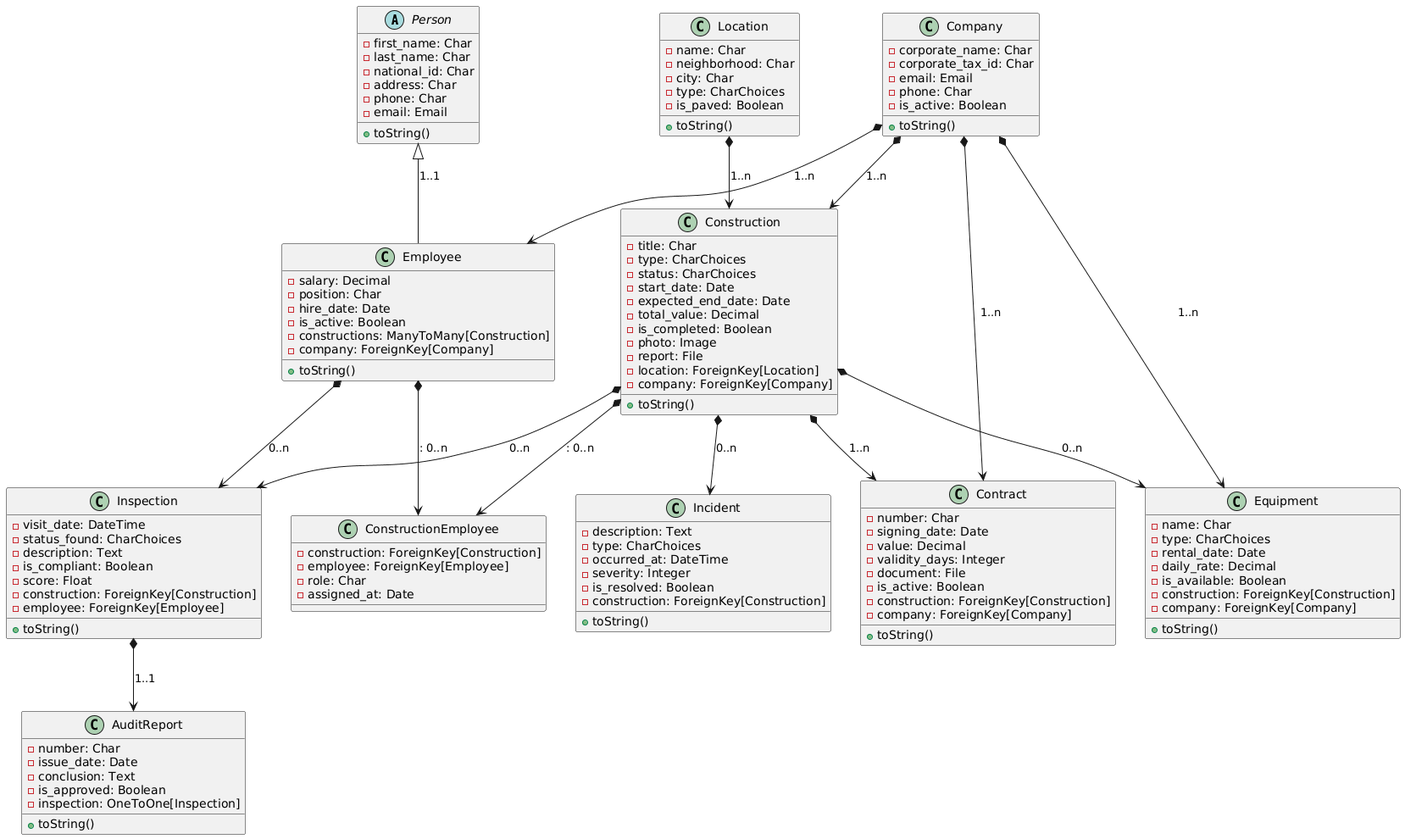
This is diagrama-de-classes.png from anleaes/2026-1-UDWJM-Terca-Noite-FAPA-03, a PlantUML export, as it was before one commit. Source of this version:
```plantuml
@startuml
abstract class Person {
 -first_name: Char
 -last_name: Char
 -national_id: Char
 -address: Char
 -phone: Char
 -email: Email
 +toString()
}

class Employee {
 -salary: Decimal
 -position: Char
 -hire_date: Date
 -is_active: Boolean
 -constructions: ManyToMany[Construction]
 -company: ForeignKey[Company]
 +toString()
}

class Company {
 -corporate_name: Char
 -corporate_tax_id: Char
 -email: Email
 -phone: Char
 -is_active: Boolean
 +toString()
}

class Location {
 -name: Char
 -neighborhood: Char
 -city: Char
 -type: CharChoices
 -is_paved: Boolean
 +toString()
}

class Construction {
 -title: Char
 -type: CharChoices
 -status: CharChoices
 -start_date: Date
 -expected_end_date: Date
 -total_value: Decimal
 -is_completed: Boolean
 -photo: Image
 -report: File
 -location: ForeignKey[Location]
 -company: ForeignKey[Company]
 +toString()
}

class ConstructionEmployee {
 -construction: ForeignKey[Construction]
 -employee: ForeignKey[Employee]
 -role: Char
 -assigned_at: Date
}

class Contract {
 -number: Char
 -signing_date: Date
 -value: Decimal
 -validity_days: Integer
 -document: File
 -is_active: Boolean
 -construction: ForeignKey[Construction]
 -company: ForeignKey[Company]
 +toString()
}

class Inspection {
 -visit_date: DateTime
 -status_found: CharChoices
 -description: Text
 -is_compliant: Boolean
 -score: Float
 -construction: ForeignKey[Construction]
 -employee: ForeignKey[Employee]
 +toString()
}

class AuditReport {
 -number: Char
 -issue_date: Date
 -conclusion: Text
 -is_approved: Boolean
 -inspection: OneToOne[Inspection]
 +toString()
}

class Incident {
 -description: Text
 -type: CharChoices
 -occurred_at: DateTime
 -severity: Integer
 -is_resolved: Boolean
 -construction: ForeignKey[Construction]
 +toString()
}

class Equipment {
 -name: Char
 -type: CharChoices
 -rental_date: Date
 -daily_rate: Decimal
 -is_available: Boolean
 -construction: ForeignKey[Construction]
 -company: ForeignKey[Company]
 +toString()
}


Location *--> Construction : 1..n
Company *--> Construction : 1..n
Company *--> Contract : 1..n
Company *--> Employee : 1..n
Company *--> Equipment : 1..n
Construction *--> Contract : 1..n
Construction *--> Inspection : 0..n
Construction *--> Incident : 0..n
Construction *--> Equipment : 0..n
Inspection *--> AuditReport : 1..1
Employee *--> Inspection : 0..n
Construction *--> ConstructionEmployee :: 0..n
Employee *--> ConstructionEmployee :: 0..n
Employee -up-|> Person : 1..1
@enduml
```
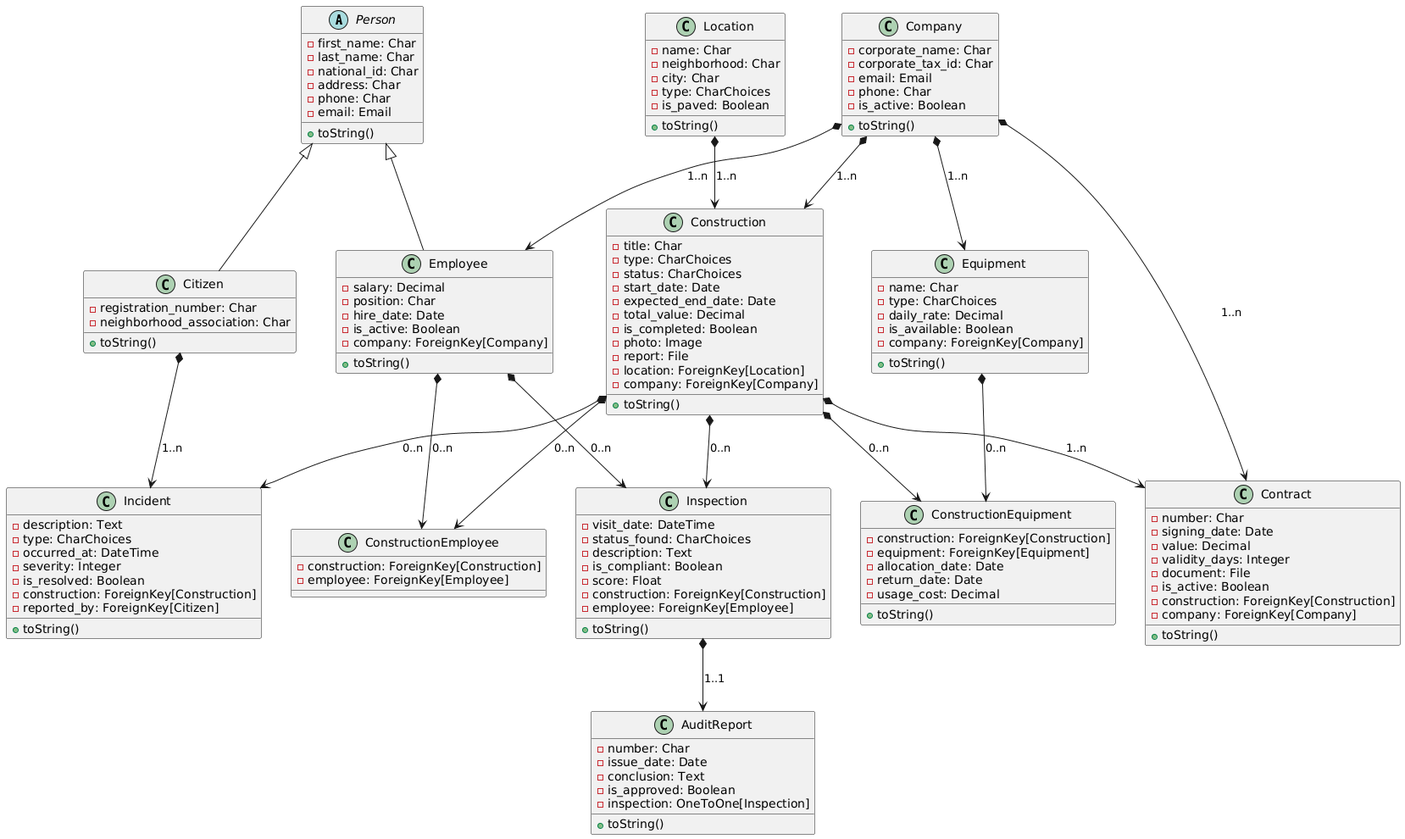
After the change.

Commit message:
fix diagrama de classes

Diff of the diagram source:
```diff
@@ -14,8 +14,13 @@
  -position: Char
  -hire_date: Date
  -is_active: Boolean
- -constructions: ManyToMany[Construction]
  -company: ForeignKey[Company]
+ +toString()
+}
+
+class Citizen {
+ -registration_number: Char
+ -neighborhood_association: Char
  +toString()
 }
 
@@ -55,8 +60,15 @@
 class ConstructionEmployee {
  -construction: ForeignKey[Construction]
  -employee: ForeignKey[Employee]
- -role: Char
- -assigned_at: Date
+}
+
+class ConstructionEquipment {
+ -construction: ForeignKey[Construction]
+ -equipment: ForeignKey[Equipment]
+ -allocation_date: Date
+ -return_date: Date
+ -usage_cost: Decimal
+ +toString()
 }
 
 class Contract {
@@ -98,33 +110,39 @@
  -severity: Integer
  -is_resolved: Boolean
  -construction: ForeignKey[Construction]
+ -reported_by: ForeignKey[Citizen]
  +toString()
 }
 
 class Equipment {
  -name: Char
  -type: CharChoices
- -rental_date: Date
  -daily_rate: Decimal
  -is_available: Boolean
- -construction: ForeignKey[Construction]
  -company: ForeignKey[Company]
  +toString()
 }
-
 
 Location *--> Construction : 1..n
 Company *--> Construction : 1..n
 Company *--> Contract : 1..n
 Company *--> Employee : 1..n
 Company *--> Equipment : 1..n
+
 Construction *--> Contract : 1..n
 Construction *--> Inspection : 0..n
 Construction *--> Incident : 0..n
-Construction *--> Equipment : 0..n
+
+Construction *--> ConstructionEmployee : 0..n
+Employee *--> ConstructionEmployee : 0..n
+
+Construction *--> ConstructionEquipment : 0..n
+Equipment *--> ConstructionEquipment : 0..n
+
 Inspection *--> AuditReport : 1..1
 Employee *--> Inspection : 0..n
-Construction *--> ConstructionEmployee :: 0..n
-Employee *--> ConstructionEmployee :: 0..n
-Employee -up-|> Person : 1..1
+Citizen *--> Incident : 1..n
+
+Employee -up-|> Person
+Citizen -up-|> Person
 @enduml
```
